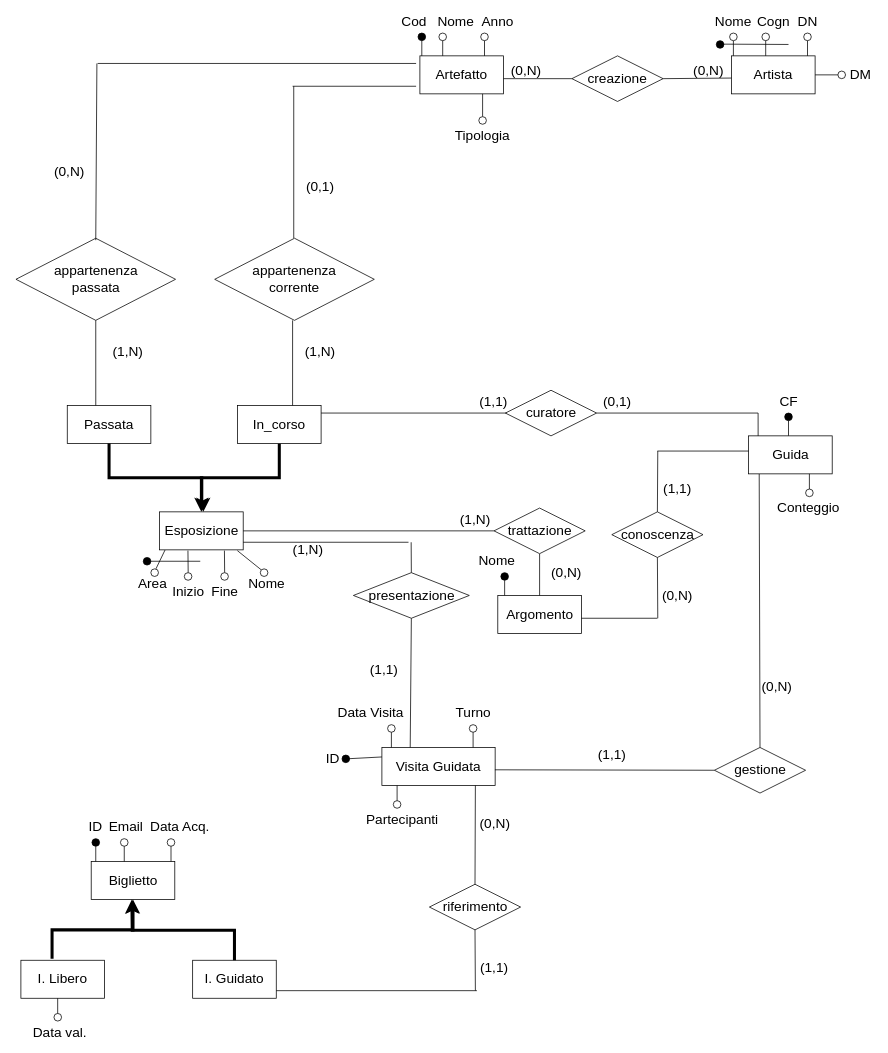
The draw.io diagram ER_v3.drawio in Chris-Libra-Unipd/ProgettoBasi, before the edit. Source tidied: cells renumbered, new cells numbered last; positions are measured from the earlier drawing's top-left corner, leaving out a move shared by most shapes. Both pictures are drawn from the tidied source at 76%, with x=0, y=0 at pixel (16, 17).
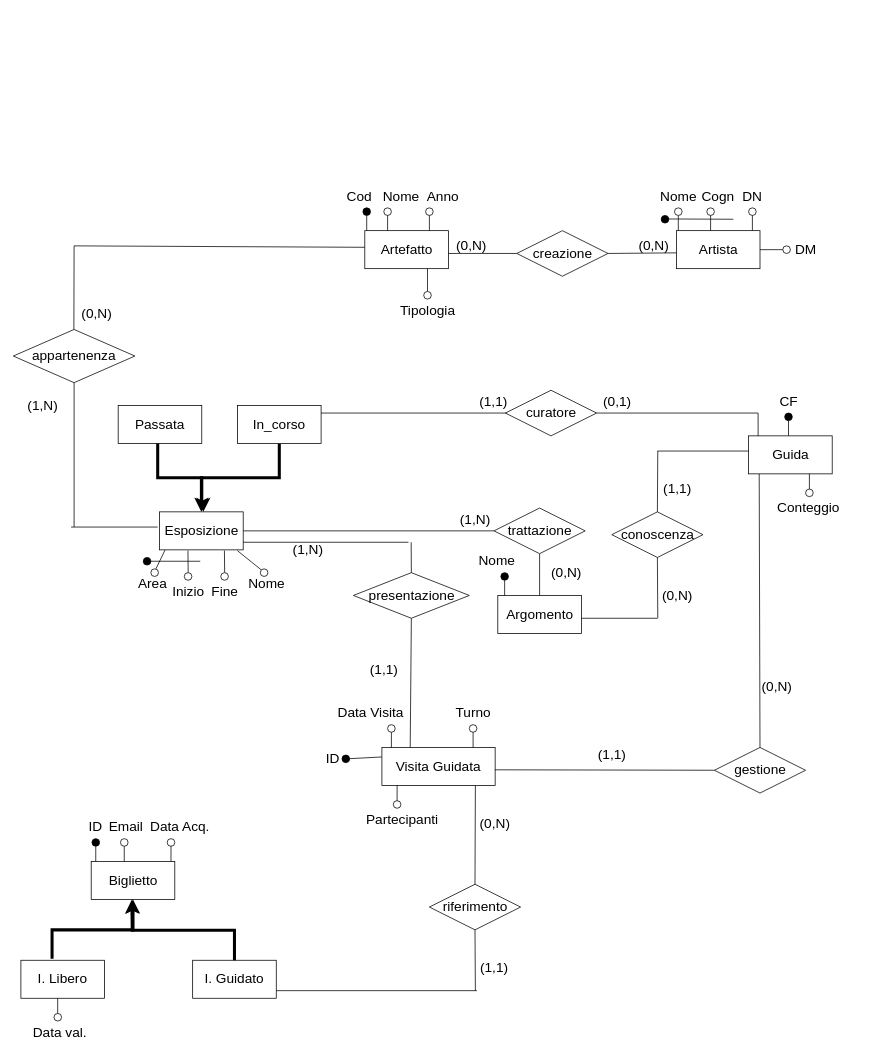
The same diagram, later.

The change refers to these unchanged cells:
```xml
<mxCell id="112" value="&lt;span style=&quot;font-size: 18px;&quot;&gt;In_corso&lt;/span&gt;" style="whiteSpace=wrap;html=1;align=center;" parent="1" vertex="1">
  <mxGeometry x="291" y="510" width="110" height="50" as="geometry" />
</mxCell>
```

Change to the diagram source:
```diff
@@
     <mxCell id="2" value="&lt;font style=&quot;font-size: 18px;&quot;&gt;Artefatto&lt;/font&gt;" style="whiteSpace=wrap;html=1;align=center;" parent="1" vertex="1">
-      <mxGeometry x="531" y="50" width="110" height="50" as="geometry" />
+      <mxGeometry x="458.5" y="280" width="110" height="50" as="geometry" />
     </mxCell>
     <mxCell id="3" style="endArrow=none;html=1;rounded=0;entryX=0.5;entryY=1;entryDx=0;entryDy=0;entryPerimeter=0;" parent="1" edge="1" source="12">
       <mxGeometry relative="1" as="geometry">
-        <mxPoint x="533.5" y="30" as="targetPoint" />
+        <mxPoint x="461" y="260" as="targetPoint" />
       </mxGeometry>
     </mxCell>
     <mxCell id="4" value="&lt;font style=&quot;font-size: 18px;&quot;&gt;Cod&lt;/font&gt;" style="text;html=1;align=center;verticalAlign=middle;whiteSpace=wrap;rounded=0;" parent="1" vertex="1">
-      <mxGeometry x="501" width="45" height="10" as="geometry" />
+      <mxGeometry x="428.5" y="230" width="45" height="10" as="geometry" />
     </mxCell>
     <mxCell id="5" style="verticalLabelPosition=bottom;verticalAlign=top;html=1;shape=mxgraph.flowchart.on-page_reference;" parent="1" vertex="1">
-      <mxGeometry x="556" y="20" width="10" height="10" as="geometry" />
+      <mxGeometry x="483.5" y="250" width="10" height="10" as="geometry" />
     </mxCell>
     <mxCell id="6" style="endArrow=none;html=1;rounded=0;entryX=0.5;entryY=1;entryDx=0;entryDy=0;entryPerimeter=0;" parent="1" edge="1" target="5">
       <mxGeometry relative="1" as="geometry">
-        <mxPoint x="561" y="50" as="sourcePoint" />
+        <mxPoint x="488.5" y="280" as="sourcePoint" />
       </mxGeometry>
     </mxCell>
     <mxCell id="7" value="&lt;font style=&quot;font-size: 18px;&quot;&gt;Nome&lt;/font&gt;" style="text;html=1;align=center;verticalAlign=middle;whiteSpace=wrap;rounded=0;" parent="1" vertex="1">
-      <mxGeometry x="556" width="45" height="10" as="geometry" />
+      <mxGeometry x="483.5" y="230" width="45" height="10" as="geometry" />
     </mxCell>
     <mxCell id="8" style="verticalLabelPosition=bottom;verticalAlign=top;html=1;shape=mxgraph.flowchart.on-page_reference;" parent="1" vertex="1">
-      <mxGeometry x="611" y="20" width="10" height="10" as="geometry" />
+      <mxGeometry x="538.5" y="250" width="10" height="10" as="geometry" />
     </mxCell>
     <mxCell id="9" style="endArrow=none;html=1;rounded=0;entryX=0.5;entryY=1;entryDx=0;entryDy=0;entryPerimeter=0;" parent="1" edge="1" target="8">
       <mxGeometry relative="1" as="geometry">
-        <mxPoint x="616" y="50" as="sourcePoint" />
+        <mxPoint x="543.5" y="280" as="sourcePoint" />
       </mxGeometry>
     </mxCell>
     <mxCell id="10" value="&lt;font style=&quot;font-size: 18px;&quot;&gt;Anno&lt;/font&gt;" style="text;html=1;align=center;verticalAlign=middle;whiteSpace=wrap;rounded=0;" parent="1" vertex="1">
-      <mxGeometry x="611" width="45" height="10" as="geometry" />
+      <mxGeometry x="538.5" y="230" width="45" height="10" as="geometry" />
     </mxCell>
     <mxCell id="11" style="endArrow=none;html=1;rounded=0;entryX=0.5;entryY=1;entryDx=0;entryDy=0;entryPerimeter=0;" parent="1" edge="1" target="12">
       <mxGeometry relative="1" as="geometry">
-        <mxPoint x="533.5" y="50" as="sourcePoint" />
+        <mxPoint x="461" y="280" as="sourcePoint" />
       </mxGeometry>
     </mxCell>
     <mxCell id="12" style="verticalLabelPosition=bottom;verticalAlign=top;html=1;shape=mxgraph.flowchart.on-page_reference;fillColor=#000000;" parent="1" vertex="1">
-      <mxGeometry x="528.5" y="20" width="10" height="10" as="geometry" />
+      <mxGeometry x="456" y="250" width="10" height="10" as="geometry" />
     </mxCell>
     <mxCell id="13" value="&lt;font style=&quot;font-size: 18px;&quot;&gt;Artista&lt;/font&gt;" style="whiteSpace=wrap;html=1;align=center;" parent="1" vertex="1">
-      <mxGeometry x="941" y="50" width="110" height="50" as="geometry" />
+      <mxGeometry x="868.5" y="280" width="110" height="50" as="geometry" />
     </mxCell>
     <mxCell id="14" style="endArrow=none;html=1;rounded=0;entryX=0.5;entryY=1;entryDx=0;entryDy=0;entryPerimeter=0;" parent="1" edge="1" source="23">
       <mxGeometry relative="1" as="geometry">
-        <mxPoint x="943.5" y="30" as="targetPoint" />
+        <mxPoint x="871" y="260" as="targetPoint" />
       </mxGeometry>
     </mxCell>
     <mxCell id="15" value="&lt;font style=&quot;font-size: 18px;&quot;&gt;Nome&lt;/font&gt;" style="text;html=1;align=center;verticalAlign=middle;whiteSpace=wrap;rounded=0;" parent="1" vertex="1">
-      <mxGeometry x="921" width="45" height="10" as="geometry" />
+      <mxGeometry x="848.5" y="230" width="45" height="10" as="geometry" />
     </mxCell>
     <mxCell id="16" style="verticalLabelPosition=bottom;verticalAlign=top;html=1;shape=mxgraph.flowchart.on-page_reference;" parent="1" vertex="1">
-      <mxGeometry x="981" y="20" width="10" height="10" as="geometry" />
+      <mxGeometry x="908.5" y="250" width="10" height="10" as="geometry" />
     </mxCell>
     <mxCell id="17" style="endArrow=none;html=1;rounded=0;entryX=0.5;entryY=1;entryDx=0;entryDy=0;entryPerimeter=0;" parent="1" edge="1" target="16">
       <mxGeometry relative="1" as="geometry">
-        <mxPoint x="986" y="50" as="sourcePoint" />
+        <mxPoint x="913.5" y="280" as="sourcePoint" />
       </mxGeometry>
     </mxCell>
     <mxCell id="18" value="&lt;font style=&quot;font-size: 18px;&quot;&gt;Cogn&lt;/font&gt;" style="text;html=1;align=center;verticalAlign=middle;whiteSpace=wrap;rounded=0;" parent="1" vertex="1">
-      <mxGeometry x="973.5" width="45" height="10" as="geometry" />
+      <mxGeometry x="901" y="230" width="45" height="10" as="geometry" />
     </mxCell>
     <mxCell id="19" style="verticalLabelPosition=bottom;verticalAlign=top;html=1;shape=mxgraph.flowchart.on-page_reference;" parent="1" vertex="1">
-      <mxGeometry x="1036" y="20" width="10" height="10" as="geometry" />
+      <mxGeometry x="963.5" y="250" width="10" height="10" as="geometry" />
     </mxCell>
     <mxCell id="20" style="endArrow=none;html=1;rounded=0;entryX=0.5;entryY=1;entryDx=0;entryDy=0;entryPerimeter=0;" parent="1" edge="1" target="19">
       <mxGeometry relative="1" as="geometry">
-        <mxPoint x="1041" y="50" as="sourcePoint" />
+        <mxPoint x="968.5" y="280" as="sourcePoint" />
       </mxGeometry>
     </mxCell>
     <mxCell id="21" value="&lt;font style=&quot;font-size: 18px;&quot;&gt;DN&lt;/font&gt;" style="text;html=1;align=center;verticalAlign=middle;whiteSpace=wrap;rounded=0;" parent="1" vertex="1">
-      <mxGeometry x="1018.5" width="45" height="10" as="geometry" />
+      <mxGeometry x="946" y="230" width="45" height="10" as="geometry" />
     </mxCell>
     <mxCell id="22" style="endArrow=none;html=1;rounded=0;entryX=0.5;entryY=1;entryDx=0;entryDy=0;entryPerimeter=0;" parent="1" edge="1" target="23">
       <mxGeometry relative="1" as="geometry">
-        <mxPoint x="943.5" y="50" as="sourcePoint" />
+        <mxPoint x="871" y="280" as="sourcePoint" />
       </mxGeometry>
     </mxCell>
     <mxCell id="23" style="verticalLabelPosition=bottom;verticalAlign=top;html=1;shape=mxgraph.flowchart.on-page_reference;fillColor=#FFFFFF;" parent="1" vertex="1">
-      <mxGeometry x="938.5" y="20" width="10" height="10" as="geometry" />
+      <mxGeometry x="866" y="250" width="10" height="10" as="geometry" />
     </mxCell>
     <mxCell id="24" style="endArrow=none;html=1;rounded=0;exitX=1;exitY=0.5;exitDx=0;exitDy=0;" parent="1" edge="1" source="27">
       <mxGeometry relative="1" as="geometry">
-        <mxPoint x="1081" y="75" as="targetPoint" />
+        <mxPoint x="1008.5" y="305" as="targetPoint" />
       </mxGeometry>
     </mxCell>
     <mxCell id="25" value="&lt;font style=&quot;font-size: 18px;&quot;&gt;DM&lt;/font&gt;" style="text;html=1;align=center;verticalAlign=middle;whiteSpace=wrap;rounded=0;" parent="1" vertex="1">
-      <mxGeometry x="1091" y="70" width="40" height="10" as="geometry" />
+      <mxGeometry x="1018.5" y="300" width="40" height="10" as="geometry" />
     </mxCell>
@@
     <mxCell id="27" style="verticalLabelPosition=bottom;verticalAlign=top;html=1;shape=mxgraph.flowchart.on-page_reference;" parent="1" vertex="1">
-      <mxGeometry x="1081" y="70" width="10" height="10" as="geometry" />
+      <mxGeometry x="1008.5" y="300" width="10" height="10" as="geometry" />
     </mxCell>
     <mxCell id="28" style="endArrow=none;html=1;rounded=0;" parent="1" edge="1">
       <mxGeometry relative="1" as="geometry">
-        <mxPoint x="929.8" y="34.6" as="sourcePoint" />
-        <mxPoint x="1016" y="35" as="targetPoint" />
+        <mxPoint x="857.2" y="264.6" as="sourcePoint" />
+        <mxPoint x="943.5" y="265" as="targetPoint" />
       </mxGeometry>
     </mxCell>
     <mxCell id="29" style="verticalLabelPosition=bottom;verticalAlign=top;html=1;shape=mxgraph.flowchart.on-page_reference;fillColor=#000000;" parent="1" vertex="1">
-      <mxGeometry x="921" y="30" width="10" height="10" as="geometry" />
+      <mxGeometry x="848.5" y="260" width="10" height="10" as="geometry" />
     </mxCell>
     <mxCell id="30" style="endArrow=none;html=1;rounded=0;entryX=0;entryY=0.5;entryDx=0;entryDy=0;" parent="1" edge="1" target="32">
       <mxGeometry relative="1" as="geometry">
-        <mxPoint x="641" y="80" as="sourcePoint" />
+        <mxPoint x="568.5" y="310" as="sourcePoint" />
       </mxGeometry>
     </mxCell>
     <mxCell id="31" style="endArrow=none;html=1;rounded=0;exitX=1;exitY=0.5;exitDx=0;exitDy=0;" parent="1" edge="1" source="32">
       <mxGeometry relative="1" as="geometry">
-        <mxPoint x="941" y="79.2" as="targetPoint" />
+        <mxPoint x="868.5" y="309.2" as="targetPoint" />
       </mxGeometry>
     </mxCell>
     <mxCell id="32" value="&lt;font style=&quot;font-size: 18px;&quot;&gt;creazione&lt;/font&gt;" style="shape=rhombus;perimeter=rhombusPerimeter;whiteSpace=wrap;html=1;align=center;" parent="1" vertex="1">
-      <mxGeometry x="731" y="50" width="120" height="60" as="geometry" />
+      <mxGeometry x="658.5" y="280" width="120" height="60" as="geometry" />
     </mxCell>
     <mxCell id="33" value="&lt;font style=&quot;font-size: 18px;&quot;&gt;(0,N)&lt;/font&gt;" style="text;html=1;align=center;verticalAlign=middle;whiteSpace=wrap;rounded=0;" parent="1" vertex="1">
-      <mxGeometry x="651" y="60" width="40" height="20" as="geometry" />
+      <mxGeometry x="578.5" y="290" width="40" height="20" as="geometry" />
     </mxCell>
     <mxCell id="34" value="&lt;font style=&quot;font-size: 18px;&quot;&gt;(0,N)&lt;/font&gt;" style="text;html=1;align=center;verticalAlign=middle;whiteSpace=wrap;rounded=0;" parent="1" vertex="1">
-      <mxGeometry x="891" y="60" width="40" height="20" as="geometry" />
+      <mxGeometry x="818.5" y="290" width="40" height="20" as="geometry" />
     </mxCell>
@@
-    <mxCell id="38" style="endArrow=none;html=1;rounded=0;exitX=0.5;exitY=0;exitDx=0;exitDy=0;" parent="1" edge="1">
-      <mxGeometry relative="1" as="geometry">
-        <mxPoint x="365" y="290" as="sourcePoint" />
-        <mxPoint x="365" y="90" as="targetPoint" />
-      </mxGeometry>
-    </mxCell>
-    <mxCell id="39" value="&lt;span style=&quot;font-size: 18px;&quot;&gt;appartenenza&lt;/span&gt;&lt;div&gt;&lt;span style=&quot;font-size: 18px;&quot;&gt;corrente&lt;/span&gt;&lt;/div&gt;" style="shape=rhombus;perimeter=rhombusPerimeter;whiteSpace=wrap;html=1;align=center;" parent="1" vertex="1">
-      <mxGeometry x="261" y="290" width="210" height="108" as="geometry" />
-    </mxCell>
@@
     <mxCell id="113" style="edgeStyle=orthogonalEdgeStyle;rounded=0;orthogonalLoop=1;jettySize=auto;html=1;strokeWidth=4;" parent="1" edge="1">
       <mxGeometry relative="1" as="geometry">
-        <mxPoint x="122" y="555" as="sourcePoint" />
+        <mxPoint x="184" y="561" as="sourcePoint" />
         <mxPoint x="246" y="650" as="targetPoint" />
         <Array as="points">
-          <mxPoint x="122" y="605" />
+          <mxPoint x="186" y="561" />
+          <mxPoint x="186" y="605" />
           <mxPoint x="244" y="605" />
           <mxPoint x="244" y="640" />
           <mxPoint x="246" y="640" />
         </Array>
       </mxGeometry>
     </mxCell>
     <mxCell id="114" value="&lt;font style=&quot;font-size: 18px;&quot;&gt;Passata&lt;/font&gt;" style="whiteSpace=wrap;html=1;align=center;" parent="1" vertex="1">
-      <mxGeometry x="67" y="510" width="110" height="50" as="geometry" />
+      <mxGeometry x="134" y="510" width="110" height="50" as="geometry" />
     </mxCell>
@@
-    <mxCell id="117" value="&lt;span style=&quot;font-size: 18px;&quot;&gt;appartenenza&lt;/span&gt;&lt;div&gt;&lt;span style=&quot;font-size: 18px;&quot;&gt;passata&lt;/span&gt;&lt;/div&gt;" style="shape=rhombus;perimeter=rhombusPerimeter;whiteSpace=wrap;html=1;align=center;" parent="1" vertex="1">
-      <mxGeometry x="-0.5" y="290" width="210" height="108" as="geometry" />
+    <mxCell id="117" value="&lt;span style=&quot;font-size: 18px;&quot;&gt;appartenenza&lt;/span&gt;" style="shape=rhombus;perimeter=rhombusPerimeter;whiteSpace=wrap;html=1;align=center;" parent="1" vertex="1">
+      <mxGeometry x="-4" y="410" width="160" height="70" as="geometry" />
     </mxCell>
     <mxCell id="118" style="endArrow=none;html=1;rounded=0;" parent="1" edge="1">
       <mxGeometry relative="1" as="geometry">
-        <mxPoint x="106" y="60" as="sourcePoint" />
-        <mxPoint x="104.5" y="292.5" as="targetPoint" />
+        <mxPoint x="76" y="300" as="sourcePoint" />
+        <mxPoint x="75.7" y="410" as="targetPoint" />
       </mxGeometry>
     </mxCell>
     <mxCell id="119" value="&lt;font style=&quot;font-size: 18px;&quot;&gt;(1,N)&lt;/font&gt;" style="text;html=1;align=center;verticalAlign=middle;whiteSpace=wrap;rounded=0;" parent="1" vertex="1">
-      <mxGeometry x="127" y="430" width="40" height="20" as="geometry" />
+      <mxGeometry x="14.5" y="500" width="40" height="20" as="geometry" />
     </mxCell>
     <mxCell id="120" value="&lt;font style=&quot;font-size: 18px;&quot;&gt;(0,N)&lt;/font&gt;" style="text;html=1;align=center;verticalAlign=middle;whiteSpace=wrap;rounded=0;" parent="1" vertex="1">
-      <mxGeometry x="49.5" y="192.5" width="40" height="20" as="geometry" />
+      <mxGeometry x="86.2" y="380" width="40" height="20" as="geometry" />
     </mxCell>
-    <mxCell id="121" value="&lt;font style=&quot;font-size: 18px;&quot;&gt;(0,1)&lt;/font&gt;" style="text;html=1;align=center;verticalAlign=middle;whiteSpace=wrap;rounded=0;" parent="1" vertex="1">
-      <mxGeometry x="380" y="212" width="40" height="20" as="geometry" />
-    </mxCell>
-    <mxCell id="122" value="&lt;font style=&quot;font-size: 18px;&quot;&gt;(1,N)&lt;/font&gt;" style="text;html=1;align=center;verticalAlign=middle;whiteSpace=wrap;rounded=0;" parent="1" vertex="1">
-      <mxGeometry x="380" y="430" width="40" height="20" as="geometry" />
-    </mxCell>
@@
     <mxCell id="135" style="verticalLabelPosition=bottom;verticalAlign=top;html=1;shape=mxgraph.flowchart.on-page_reference;fillColor=#FFFFFF;" parent="1" vertex="1">
-      <mxGeometry x="608.5" y="130" width="10" height="10" as="geometry" />
+      <mxGeometry x="536" y="360" width="10" height="10" as="geometry" />
     </mxCell>
     <mxCell id="136" value="&lt;font style=&quot;font-size: 18px;&quot;&gt;Tipologia&lt;/font&gt;" style="text;html=1;align=center;verticalAlign=middle;whiteSpace=wrap;rounded=0;" parent="1" vertex="1">
-      <mxGeometry x="591" y="150" width="45" height="10" as="geometry" />
+      <mxGeometry x="518.5" y="380" width="45" height="10" as="geometry" />
     </mxCell>
@@
-    <mxCell id="138" style="endArrow=none;html=1;rounded=0;" parent="1" edge="1">
+    <mxCell id="138" style="endArrow=none;html=1;rounded=0;entryX=-0.001;entryY=0.438;entryDx=0;entryDy=0;entryPerimeter=0;" parent="1" edge="1" target="2">
       <mxGeometry relative="1" as="geometry">
-        <mxPoint x="107" y="60" as="sourcePoint" />
-        <mxPoint x="526" y="60" as="targetPoint" />
+        <mxPoint x="76" y="300" as="sourcePoint" />
       </mxGeometry>
     </mxCell>
-    <mxCell id="139" style="endArrow=none;html=1;rounded=0;" parent="1" edge="1">
-      <mxGeometry relative="1" as="geometry">
-        <mxPoint x="363.5" y="90" as="sourcePoint" />
-        <mxPoint x="526" y="90" as="targetPoint" />
-      </mxGeometry>
-    </mxCell>
-    <mxCell id="140" style="endArrow=none;html=1;rounded=0;entryX=0.5;entryY=1;entryDx=0;entryDy=0;exitX=0.341;exitY=0;exitDx=0;exitDy=0;exitPerimeter=0;" parent="1" edge="1" source="114" target="117">
-      <mxGeometry relative="1" as="geometry" />
-    </mxCell>
-    <mxCell id="141" style="endArrow=none;html=1;rounded=0;exitX=0.659;exitY=0;exitDx=0;exitDy=0;exitPerimeter=0;" parent="1" edge="1" source="112">
-      <mxGeometry relative="1" as="geometry">
-        <mxPoint x="363.5" y="398" as="targetPoint" />
-      </mxGeometry>
-    </mxCell>
@@
+    <mxCell id="148" style="endArrow=none;html=1;rounded=0;" parent="1" edge="1">
+      <mxGeometry relative="1" as="geometry">
+        <mxPoint x="72" y="670" as="sourcePoint" />
+        <mxPoint x="186" y="670" as="targetPoint" />
+      </mxGeometry>
+    </mxCell>
+    <mxCell id="149" style="endArrow=none;html=1;rounded=0;entryX=0.5;entryY=1;entryDx=0;entryDy=0;" parent="1" edge="1" target="117">
+      <mxGeometry relative="1" as="geometry">
+        <mxPoint x="76" y="670" as="sourcePoint" />
+      </mxGeometry>
+    </mxCell>
```
